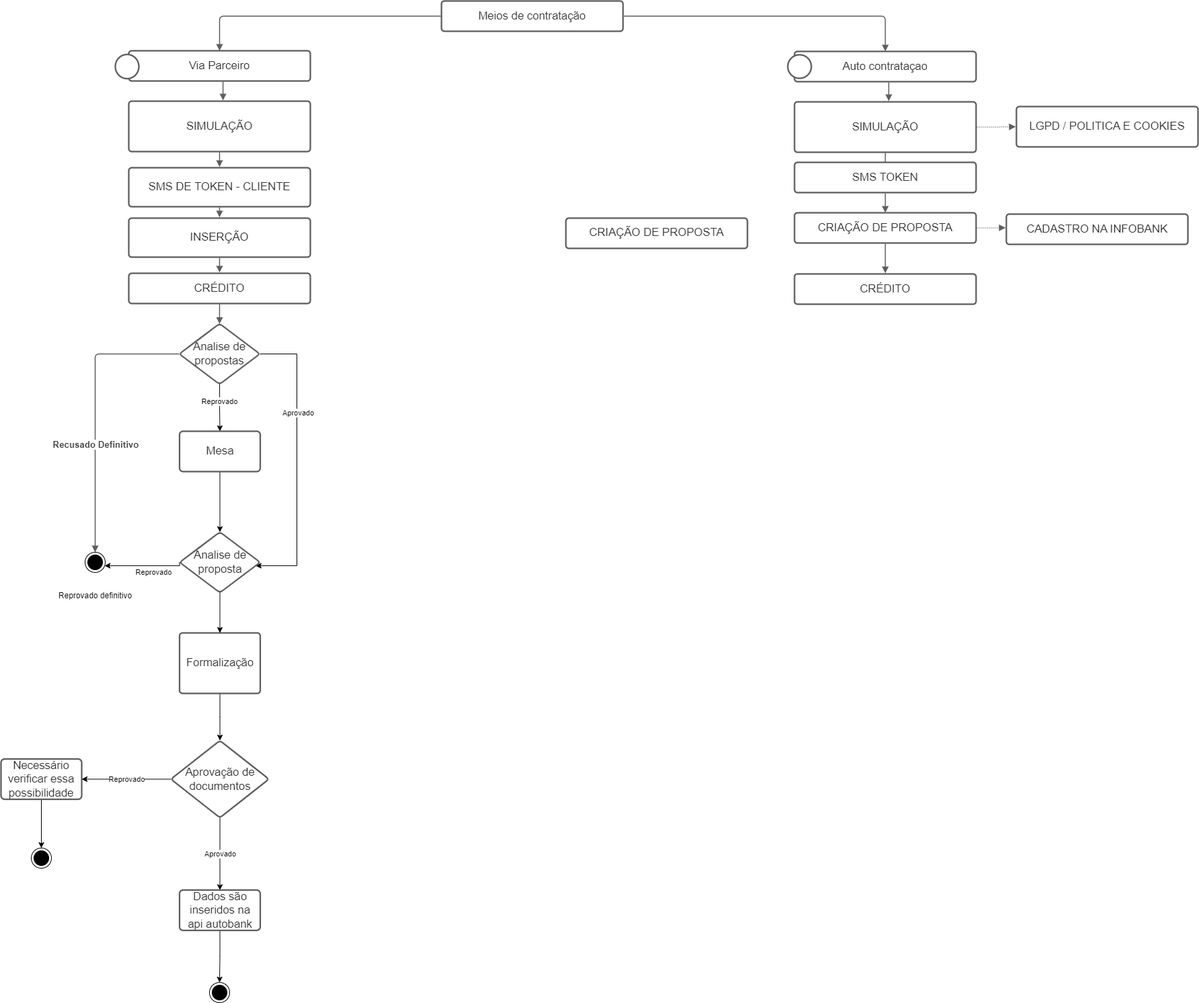
The draw.io diagram Meios de contratação.drawio.png in uma-risadinha/Diagramas, before a commit. Source tidied: cells renumbered, new cells last; positions are measured from the earlier drawing's top-left corner, leaving out a move shared by most shapes.
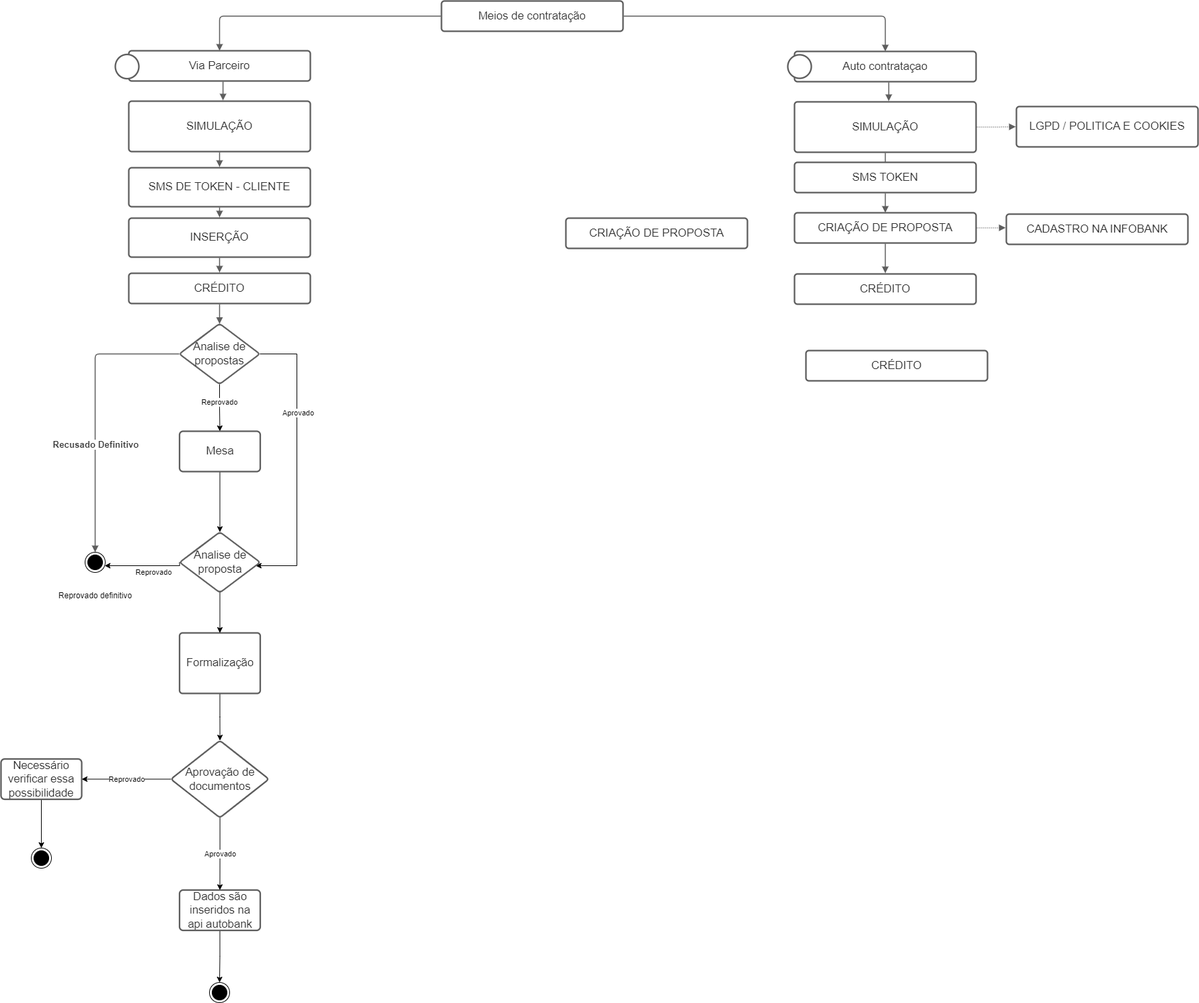
The same file after the commit.

Change to the diagram source:
```diff
@@ -182,6 +182,9 @@
     <mxCell id="54" value="Mesa" style="whiteSpace=wrap;html=1;fontSize=16.7;fillColor=rgb(255, 255, 255);strokeColor=#5e5e5e;fontColor=#333333;spacing=3.8;rounded=1;arcSize=9;strokeWidth=2.3;" parent="1" vertex="1">
       <mxGeometry x="265.5" y="640" width="120" height="60" as="geometry" />
     </mxCell>
+    <mxCell id="56" value="CRÉDITO " style="html=1;overflow=block;blockSpacing=1;whiteSpace=wrap;fontSize=16.7;fontColor=#333333;spacing=9;strokeColor=#5e5e5e;strokeOpacity=100;rounded=1;absoluteArcSize=1;arcSize=9;strokeWidth=2.3;" parent="1" vertex="1">
+      <mxGeometry x="1197" y="520" width="270" height="45" as="geometry" />
+    </mxCell>
     <mxCell id="55" value="CRIAÇÃO DE PROPOSTA " style="html=1;overflow=block;blockSpacing=1;whiteSpace=wrap;fontSize=16.7;fontColor=#333333;spacing=9;strokeColor=#5e5e5e;strokeOpacity=100;rounded=1;absoluteArcSize=1;arcSize=9;strokeWidth=2.3;" parent="1" vertex="1">
       <mxGeometry x="840" y="323" width="270" height="45" as="geometry" />
     </mxCell>
```
